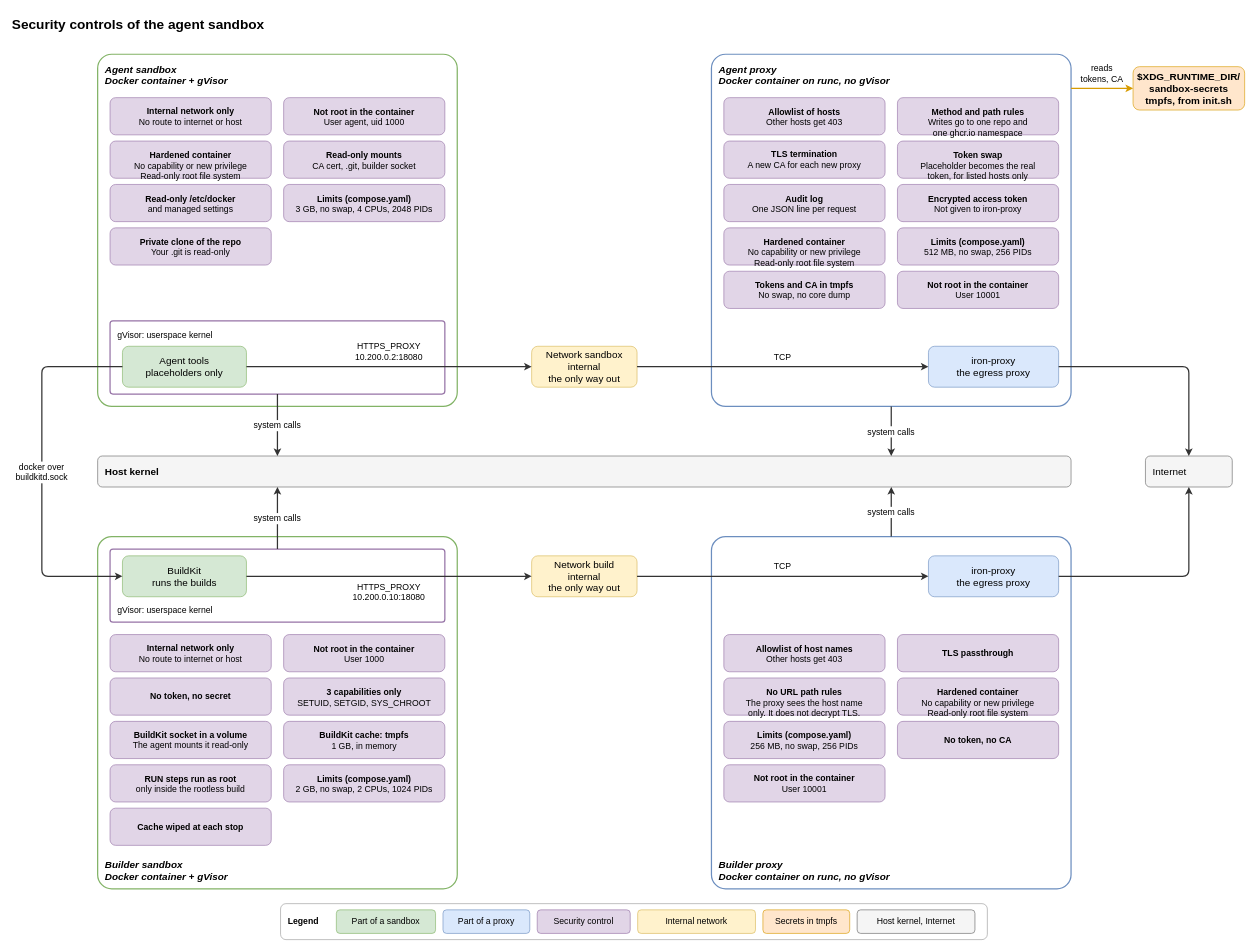
Earlier version of the draw.io diagram .devcontainer/docs/diagrams/security-controls.drawio (raghav19/engineersdaybook). Source tidied: cells renumbered, new cells numbered last; positions are measured from the earlier drawing's top-left corner, leaving out a move shared by most shapes. Both pictures are drawn from the tidied source at 62%, with x=0, y=0 at pixel (11, 11).
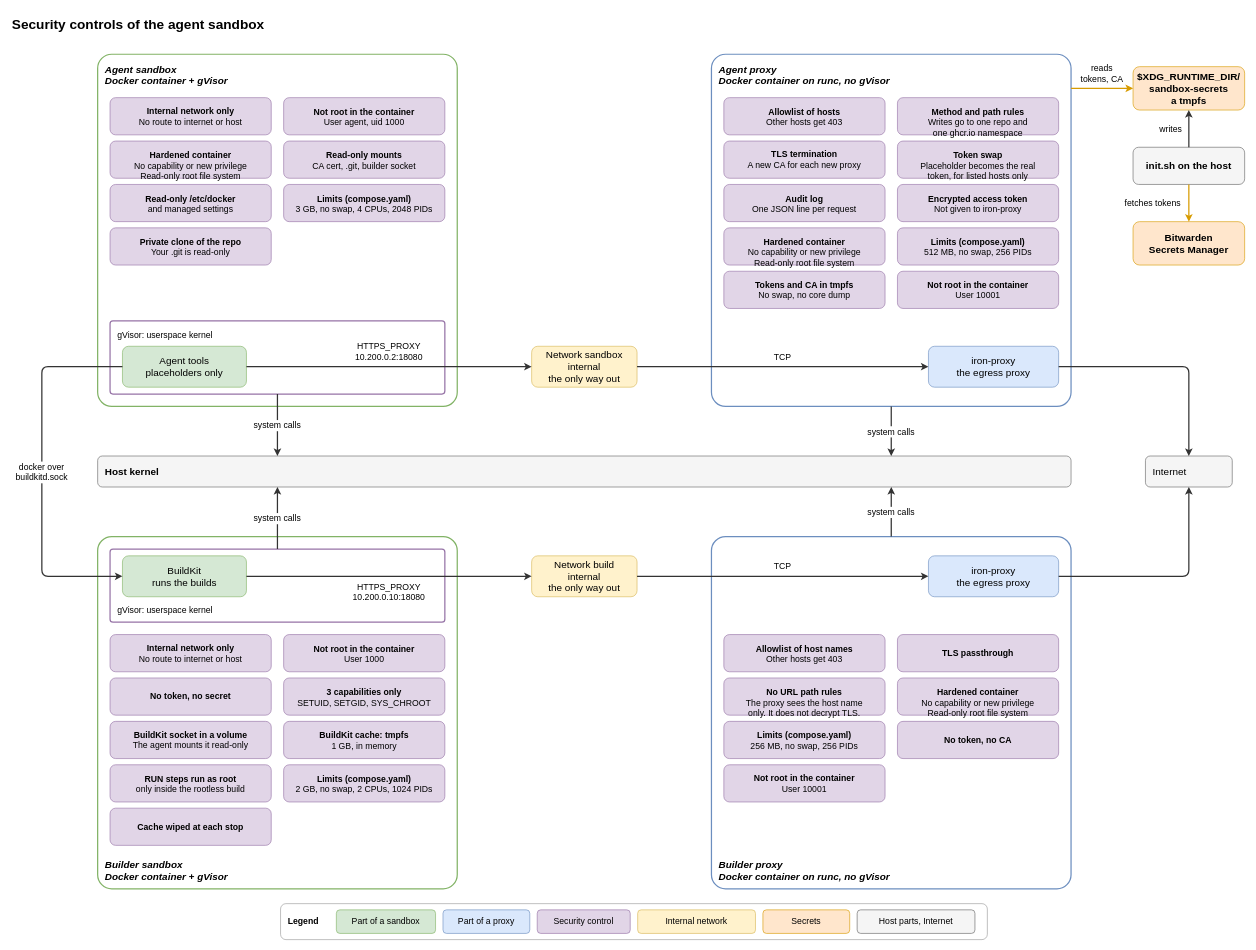
Above is the later version.

Commit message (it also covers changes not shown here):
docs: Bitwarden and init.sh in the security controls diagram

The edit, as a diff of the source:
```diff
@@
-    <mxCell id="49" value="$XDG_RUNTIME_DIR/&#10;sandbox-secrets&#10;tmpfs, from init.sh" style="rounded=1;whiteSpace=wrap;html=0;fontSize=16;fillColor=#ffe6cc;strokeColor=#d79b00;fontStyle=1;" parent="1" vertex="1">
+    <mxCell id="49" value="$XDG_RUNTIME_DIR/&#10;sandbox-secrets&#10;a tmpfs" style="rounded=1;whiteSpace=wrap;html=0;fontSize=16;fillColor=#ffe6cc;strokeColor=#d79b00;fontStyle=1;" parent="1" vertex="1">
       <mxGeometry x="1810" y="90" width="180" height="70" as="geometry" />
     </mxCell>
+    <mxCell id="70" value="Bitwarden&#10;Secrets Manager" style="rounded=1;whiteSpace=wrap;html=0;fontSize=16;fillColor=#ffe6cc;strokeColor=#d79b00;fontStyle=1;" parent="1" vertex="1">
+      <mxGeometry x="1810" y="340" width="180" height="70" as="geometry" />
+    </mxCell>
+    <mxCell id="71" value="init.sh on the host" style="rounded=1;whiteSpace=wrap;html=0;fontSize=16;fillColor=#f5f5f5;strokeColor=#666666;fontStyle=1;" parent="1" vertex="1">
+      <mxGeometry x="1810" y="220" width="180" height="60" as="geometry" />
+    </mxCell>
@@
-    <mxCell id="56" value="Secrets in tmpfs" style="rounded=1;whiteSpace=wrap;html=0;fontSize=14;fillColor=#ffe6cc;strokeColor=#d79b00;" parent="1" vertex="1">
+    <mxCell id="56" value="Secrets" style="rounded=1;whiteSpace=wrap;html=0;fontSize=14;fillColor=#ffe6cc;strokeColor=#d79b00;" parent="1" vertex="1">
       <mxGeometry x="1213" y="1450" width="140" height="38" as="geometry" />
     </mxCell>
-    <mxCell id="57" value="Host kernel, Internet" style="rounded=1;whiteSpace=wrap;html=0;fontSize=14;fillColor=#f5f5f5;strokeColor=#666666;" parent="1" vertex="1">
+    <mxCell id="57" value="Host parts, Internet" style="rounded=1;whiteSpace=wrap;html=0;fontSize=14;fillColor=#f5f5f5;strokeColor=#666666;" parent="1" vertex="1">
       <mxGeometry x="1365" y="1450" width="190" height="38" as="geometry" />
     </mxCell>
@@
+    <mxCell id="72" value="writes" style="edgeStyle=orthogonalEdgeStyle;rounded=1;curved=0;html=0;labelBackgroundColor=none;defaultLabelBackgroundColor=gap;fontSize=14;strokeWidth=2;strokeColor=#333333;entryX=0.5;entryY=1;exitDx=0;exitDy=0;exitX=0.5;exitY=0;entryDx=0;entryDy=0;" parent="1" edge="1" source="71" target="49">
+      <mxGeometry relative="1" as="geometry">
+        <mxPoint x="-29" as="offset" />
+      </mxGeometry>
+    </mxCell>
+    <mxCell id="73" value="fetches tokens" style="edgeStyle=orthogonalEdgeStyle;rounded=1;curved=0;html=0;labelBackgroundColor=none;defaultLabelBackgroundColor=gap;fontSize=14;strokeWidth=2;strokeColor=#d79b00;entryX=0.5;entryY=0;exitDx=0;exitDy=0;exitX=0.5;exitY=1;entryDx=0;entryDy=0;" parent="1" edge="1" source="71" target="70">
+      <mxGeometry relative="1" as="geometry">
+        <mxPoint x="-58" as="offset" />
+      </mxGeometry>
+    </mxCell>
```
